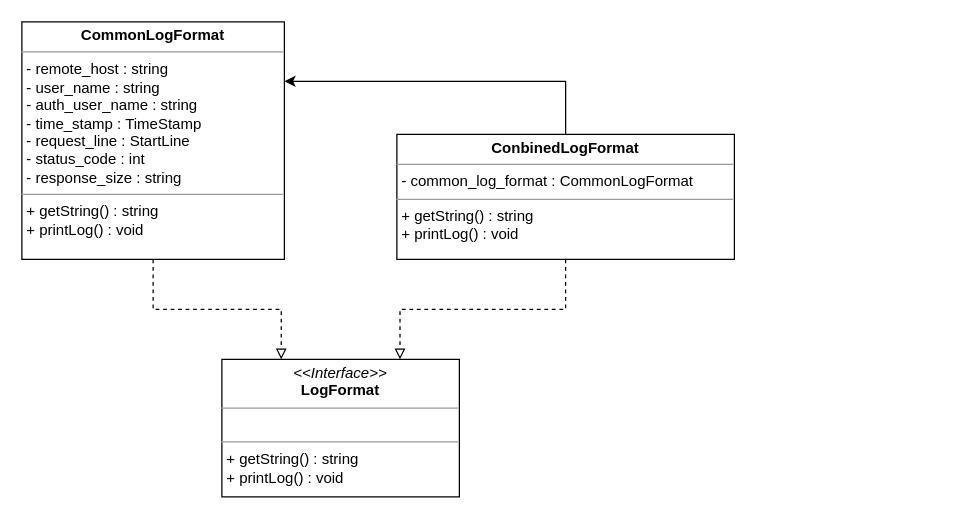
Earlier version of the draw.io diagram page "LogMoudle" (6 of 6) of docs/ClassDiagram/Diagram.drawio (wkdtpgns5016/webserve). Source tidied: cells renumbered, new cells numbered last; positions are measured from the earlier drawing's top-left corner, leaving out a move shared by most shapes. Both pictures are drawn from the tidied source at 125%, with x=0, y=0 at pixel (21, 21).
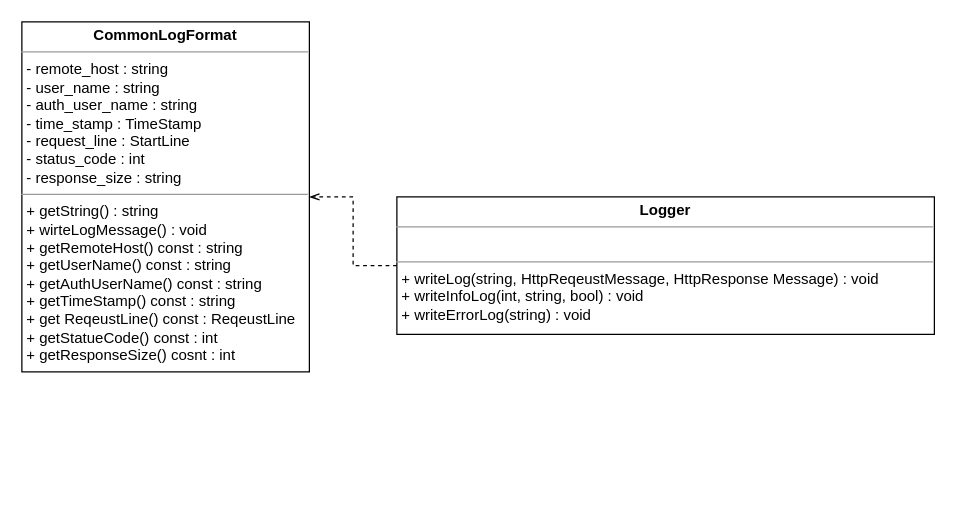
The same diagram, later.

Change to the diagram source:
```diff
@@
 <mxGraphModel>
   <root>
     <mxCell id="0" />
     <mxCell id="1" parent="0" />
-    <mxCell id="2" style="edgeStyle=orthogonalEdgeStyle;rounded=0;jettySize=auto;html=1;exitX=0.5;exitY=1;exitDx=0;exitDy=0;entryX=0.25;entryY=0;entryDx=0;entryDy=0;dashed=1;endArrow=block;endFill=0;" parent="1" edge="1" source="3" target="4">
-      <mxGeometry relative="1" as="geometry" />
-    </mxCell>
-    <mxCell id="3" value="&lt;p style=&quot;margin:0px;margin-top:4px;text-align:center;&quot;&gt;&lt;b&gt;CommonLogFormat&lt;/b&gt;&lt;/p&gt;&lt;hr size=&quot;1&quot;&gt;&lt;p style=&quot;margin:0px;margin-left:4px;&quot;&gt;- remote_host : string&lt;/p&gt;&lt;p style=&quot;margin:0px;margin-left:4px;&quot;&gt;- user_name : string&lt;/p&gt;&lt;p style=&quot;margin:0px;margin-left:4px;&quot;&gt;- auth_user_name : string&lt;/p&gt;&lt;p style=&quot;margin:0px;margin-left:4px;&quot;&gt;- time_stamp : TimeStamp&lt;/p&gt;&lt;p style=&quot;margin:0px;margin-left:4px;&quot;&gt;- request_line : StartLine&lt;/p&gt;&lt;p style=&quot;margin:0px;margin-left:4px;&quot;&gt;- status_code : int&lt;/p&gt;&lt;p style=&quot;margin:0px;margin-left:4px;&quot;&gt;- response_size : string&lt;/p&gt;&lt;hr size=&quot;1&quot;&gt;&lt;p style=&quot;margin:0px;margin-left:4px;&quot;&gt;+ getString() : string&lt;/p&gt;&lt;p style=&quot;margin:0px;margin-left:4px;&quot;&gt;+ printLog() : void&lt;/p&gt;" style="verticalAlign=top;align=left;overflow=fill;fontSize=12;fontFamily=Helvetica;html=1;whiteSpace=wrap;" parent="1" vertex="1">
-      <mxGeometry width="210" height="190" as="geometry" />
+    <mxCell id="3" value="&lt;p style=&quot;margin:0px;margin-top:4px;text-align:center;&quot;&gt;&lt;b&gt;CommonLogFormat&lt;/b&gt;&lt;/p&gt;&lt;hr size=&quot;1&quot;&gt;&lt;p style=&quot;margin:0px;margin-left:4px;&quot;&gt;- remote_host : string&lt;/p&gt;&lt;p style=&quot;margin:0px;margin-left:4px;&quot;&gt;- user_name : string&lt;/p&gt;&lt;p style=&quot;margin:0px;margin-left:4px;&quot;&gt;- auth_user_name : string&lt;/p&gt;&lt;p style=&quot;margin:0px;margin-left:4px;&quot;&gt;- time_stamp : TimeStamp&lt;/p&gt;&lt;p style=&quot;margin:0px;margin-left:4px;&quot;&gt;- request_line : StartLine&lt;/p&gt;&lt;p style=&quot;margin:0px;margin-left:4px;&quot;&gt;- status_code : int&lt;/p&gt;&lt;p style=&quot;margin:0px;margin-left:4px;&quot;&gt;- response_size : string&lt;/p&gt;&lt;hr size=&quot;1&quot;&gt;&lt;p style=&quot;margin:0px;margin-left:4px;&quot;&gt;+ getString() : string&lt;/p&gt;&lt;p style=&quot;margin:0px;margin-left:4px;&quot;&gt;+ wirteLogMessage() : void&lt;/p&gt;&lt;p style=&quot;margin:0px;margin-left:4px;&quot;&gt;+ getRemoteHost() const : string&lt;/p&gt;&lt;p style=&quot;margin:0px;margin-left:4px;&quot;&gt;+ getUserName() const : string&lt;/p&gt;&lt;p style=&quot;margin:0px;margin-left:4px;&quot;&gt;+ getAuthUserName() const : string&lt;/p&gt;&lt;p style=&quot;margin:0px;margin-left:4px;&quot;&gt;+ getTimeStamp() const : string&lt;/p&gt;&lt;p style=&quot;margin:0px;margin-left:4px;&quot;&gt;+ get ReqeustLine() const : ReqeustLine&lt;/p&gt;&lt;p style=&quot;margin:0px;margin-left:4px;&quot;&gt;+ getStatueCode() const : int&lt;/p&gt;&lt;p style=&quot;margin:0px;margin-left:4px;&quot;&gt;+ getResponseSize() cosnt : int&lt;/p&gt;" style="verticalAlign=top;align=left;overflow=fill;fontSize=12;fontFamily=Helvetica;html=1;whiteSpace=wrap;" parent="1" vertex="1">
+      <mxGeometry width="230" height="280" as="geometry" />
     </mxCell>
-    <mxCell id="4" value="&lt;p style=&quot;margin:0px;margin-top:4px;text-align:center;&quot;&gt;&lt;i&gt;&amp;lt;&amp;lt;Interface&amp;gt;&amp;gt;&lt;/i&gt;&lt;br&gt;&lt;b&gt;LogFormat&lt;/b&gt;&lt;/p&gt;&lt;hr size=&quot;1&quot;&gt;&lt;p style=&quot;margin:0px;margin-left:4px;&quot;&gt;&lt;br&gt;&lt;/p&gt;&lt;hr size=&quot;1&quot;&gt;&lt;p style=&quot;margin:0px;margin-left:4px;&quot;&gt;+ getString() : string&lt;/p&gt;&lt;p style=&quot;margin:0px;margin-left:4px;&quot;&gt;+ printLog() : void&lt;/p&gt;" style="verticalAlign=top;align=left;overflow=fill;fontSize=12;fontFamily=Helvetica;html=1;whiteSpace=wrap;" parent="1" vertex="1">
-      <mxGeometry x="160" y="270" width="190" height="110" as="geometry" />
-    </mxCell>
-    <mxCell id="5" style="edgeStyle=orthogonalEdgeStyle;rounded=0;jettySize=auto;html=1;exitX=0.5;exitY=1;exitDx=0;exitDy=0;entryX=0.75;entryY=0;entryDx=0;entryDy=0;dashed=1;endArrow=block;endFill=0;" parent="1" edge="1" source="7" target="4">
-      <mxGeometry relative="1" as="geometry" />
-    </mxCell>
-    <mxCell id="6" style="edgeStyle=orthogonalEdgeStyle;rounded=0;jettySize=auto;html=1;exitX=0.5;exitY=0;exitDx=0;exitDy=0;entryX=1;entryY=0.25;entryDx=0;entryDy=0;" parent="1" edge="1" source="7" target="3">
+    <mxCell id="6" style="edgeStyle=orthogonalEdgeStyle;rounded=0;jettySize=auto;html=1;exitX=0;exitY=0.5;exitDx=0;exitDy=0;entryX=1;entryY=0.5;entryDx=0;entryDy=0;dashed=1;endArrow=openThin;endFill=0;" parent="1" edge="1" source="7" target="3">
       <mxGeometry relative="1" as="geometry" />
     </mxCell>
-    <mxCell id="7" value="&lt;p style=&quot;margin:0px;margin-top:4px;text-align:center;&quot;&gt;&lt;b&gt;ConbinedLogFormat&lt;/b&gt;&lt;/p&gt;&lt;hr size=&quot;1&quot;&gt;&lt;p style=&quot;margin:0px;margin-left:4px;&quot;&gt;- common_log_format : CommonLogFormat&lt;/p&gt;&lt;hr size=&quot;1&quot;&gt;&lt;p style=&quot;border-color: var(--border-color); margin: 0px 0px 0px 4px;&quot;&gt;+ getString() : string&lt;/p&gt;&lt;p style=&quot;border-color: var(--border-color); margin: 0px 0px 0px 4px;&quot;&gt;+ printLog() : void&lt;/p&gt;" style="verticalAlign=top;align=left;overflow=fill;fontSize=12;fontFamily=Helvetica;html=1;whiteSpace=wrap;" parent="1" vertex="1">
-      <mxGeometry x="300" y="90" width="270" height="100" as="geometry" />
+    <mxCell id="7" value="&lt;p style=&quot;margin:0px;margin-top:4px;text-align:center;&quot;&gt;&lt;b&gt;Logger&lt;/b&gt;&lt;/p&gt;&lt;hr size=&quot;1&quot;&gt;&lt;p style=&quot;margin:0px;margin-left:4px;&quot;&gt;&lt;br&gt;&lt;/p&gt;&lt;hr size=&quot;1&quot;&gt;&lt;p style=&quot;border-color: var(--border-color); margin: 0px 0px 0px 4px;&quot;&gt;+ writeLog(string, HttpReqeustMessage, HttpResponse Message) : void&lt;/p&gt;&lt;p style=&quot;border-color: var(--border-color); margin: 0px 0px 0px 4px;&quot;&gt;+ writeInfoLog(int, string, bool) : void&lt;br&gt;&lt;/p&gt;&lt;p style=&quot;border-color: var(--border-color); margin: 0px 0px 0px 4px;&quot;&gt;+ writeErrorLog(string) : void&lt;br&gt;&lt;/p&gt;" style="verticalAlign=top;align=left;overflow=fill;fontSize=12;fontFamily=Helvetica;html=1;whiteSpace=wrap;" parent="1" vertex="1">
+      <mxGeometry x="300" y="140" width="430" height="110" as="geometry" />
     </mxCell>
   </root>
 </mxGraphModel>
```
